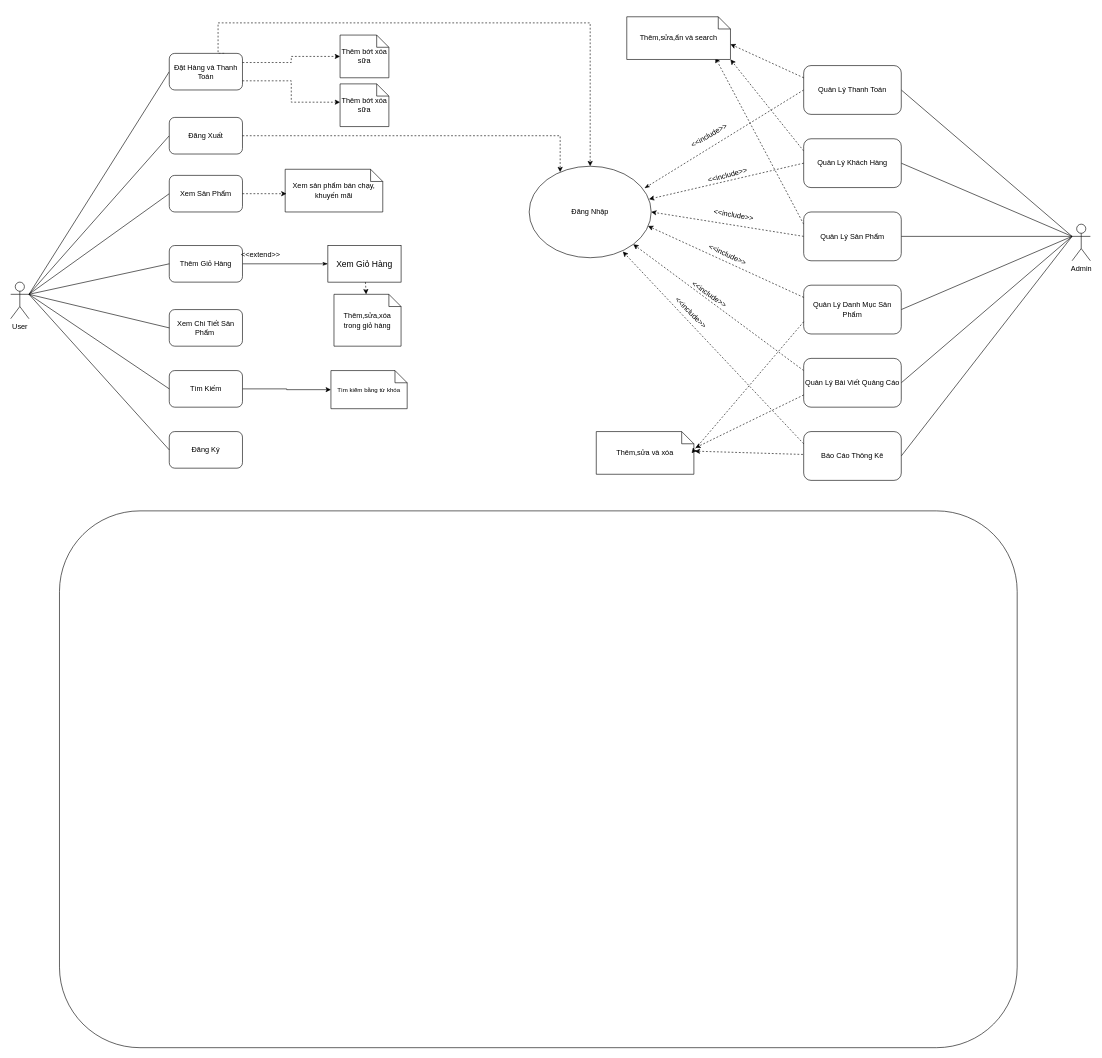
Before: Use case.drawio in Blion00/Blion00, a draw.io diagram. Source tidied: cells renumbered, new cells numbered last; positions are measured from the earlier drawing's top-left corner, leaving out a move shared by most shapes. Both pictures are drawn from the tidied source at 61%, with x=0, y=0 at pixel (10, 16).
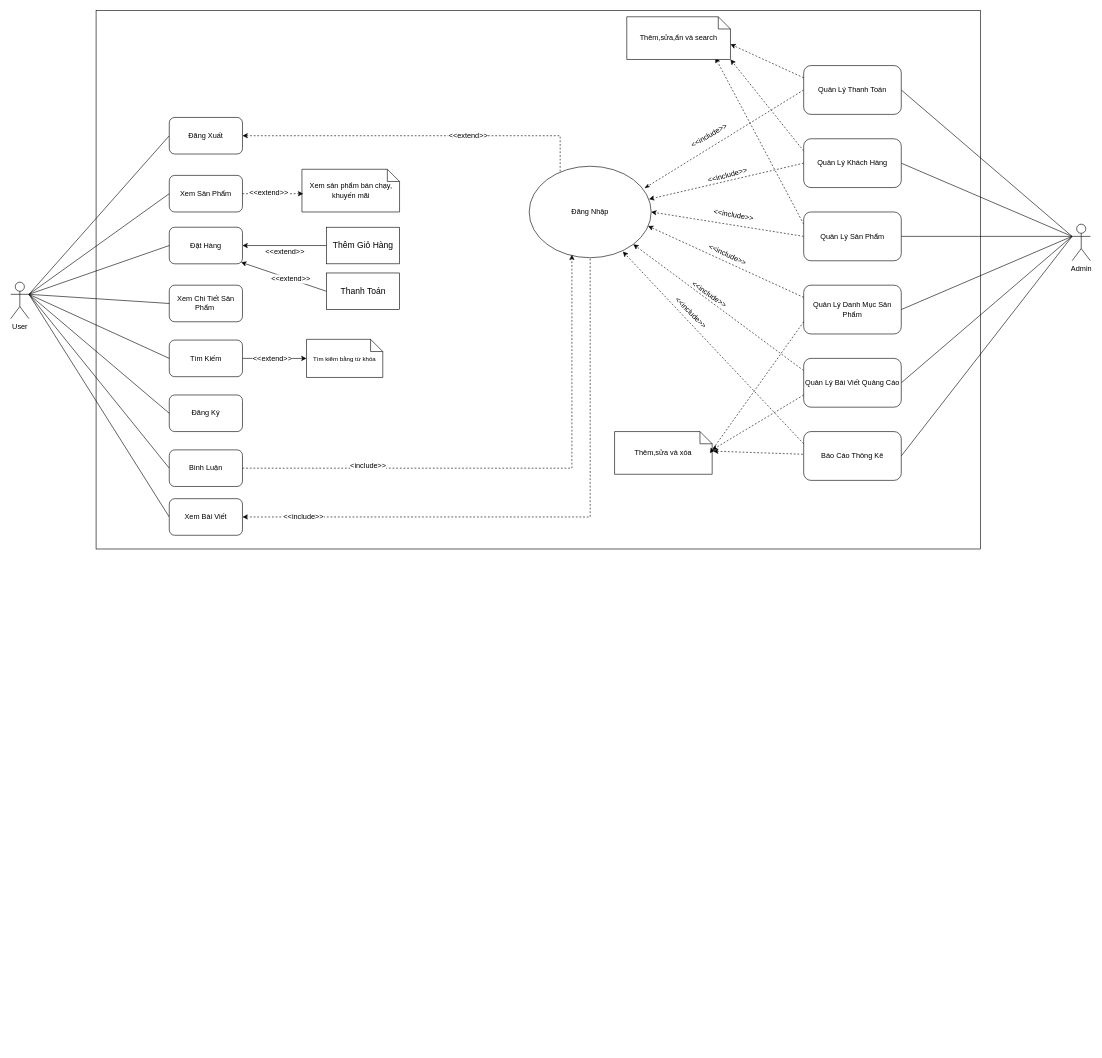
The same page after the edit.

The change refers to these unchanged cells:
```xml
<mxCell id="5" value="User" style="shape=umlActor;verticalLabelPosition=bottom;verticalAlign=top;html=1;outlineConnect=0;" parent="1" vertex="1">
  <mxGeometry y="435" width="30" height="60" as="geometry" />
</mxCell>
<mxCell id="16" style="edgeStyle=orthogonalEdgeStyle;rounded=0;jettySize=auto;html=1;exitX=1;exitY=0.5;exitDx=0;exitDy=0;fontFamily=Helvetica;fontSize=12;fontColor=default;" parent="1" edge="1" source="17" target="65">
  <mxGeometry relative="1" as="geometry" />
</mxCell>
<mxCell id="26" value="Đăng Nhập" style="ellipse;whiteSpace=wrap;html=1;" parent="1" vertex="1">
  <mxGeometry x="850" y="245" width="200" height="150" as="geometry" />
</mxCell>
<mxCell id="36" value="Quản Lý Bài Viết Quảng Cáo" style="rounded=1;whiteSpace=wrap;html=1;" parent="1" vertex="1">
  <mxGeometry x="1300" y="560" width="160" height="80" as="geometry" />
</mxCell>
<mxCell id="61" value="Đăng Xuất" style="rounded=1;whiteSpace=wrap;html=1;glass=0;" parent="1" vertex="1">
  <mxGeometry x="260" y="165" width="120" height="60" as="geometry" />
</mxCell>
<mxCell id="64" style="edgeStyle=orthogonalEdgeStyle;rounded=0;jettySize=auto;html=1;exitX=1;exitY=0.5;exitDx=0;exitDy=0;entryX=0.013;entryY=0.573;entryDx=0;entryDy=0;entryPerimeter=0;fontFamily=Helvetica;fontSize=12;fontColor=default;dashed=1;" parent="1" edge="1" source="62" target="63">
  <mxGeometry relative="1" as="geometry" />
</mxCell>
```

Change to the diagram source:
```diff
@@
-    <mxCell id="2" style="rounded=0;jettySize=auto;html=1;exitX=1;exitY=0.3333333333333333;exitDx=0;exitDy=0;exitPerimeter=0;entryX=0;entryY=0.5;entryDx=0;entryDy=0;endArrow=none;endFill=0;" parent="1" edge="1" source="5" target="56">
-      <mxGeometry relative="1" as="geometry" />
-    </mxCell>
@@
+    <mxCell id="67" style="rounded=0;jettySize=auto;html=1;exitX=1;exitY=0.3333333333333333;exitDx=0;exitDy=0;exitPerimeter=0;fontFamily=Helvetica;fontSize=12;fontColor=default;entryX=0;entryY=0.5;entryDx=0;entryDy=0;endArrow=none;endFill=0;" parent="1" edge="1" source="5" target="73">
+      <mxGeometry relative="1" as="geometry" />
+    </mxCell>
@@
-    <mxCell id="13" style="edgeStyle=orthogonalEdgeStyle;rounded=0;jettySize=auto;html=1;exitX=1;exitY=0.5;exitDx=0;exitDy=0;entryX=0;entryY=0.5;entryDx=0;entryDy=0;endArrow=classicThin;endFill=1;" parent="1" edge="1" source="14" target="19">
+    <mxCell id="13" style="edgeStyle=orthogonalEdgeStyle;rounded=0;jettySize=auto;html=1;exitX=1;exitY=0.5;exitDx=0;exitDy=0;entryX=0;entryY=0.5;entryDx=0;entryDy=0;endArrow=none;endFill=0;startArrow=classic;startFill=1;" parent="1" edge="1" source="14" target="19">
       <mxGeometry relative="1" as="geometry" />
     </mxCell>
+    <mxCell id="68" style="rounded=0;jettySize=auto;html=1;exitX=0.981;exitY=0.957;exitDx=0;exitDy=0;entryX=0;entryY=0.5;entryDx=0;entryDy=0;fontFamily=Helvetica;fontSize=12;fontColor=default;exitPerimeter=0;endArrow=none;endFill=0;startArrow=classic;startFill=1;" parent="1" edge="1" source="14" target="80">
+      <mxGeometry relative="1" as="geometry" />
+    </mxCell>
+    <mxCell id="69" value="&amp;lt;&amp;lt;extend&amp;gt;&amp;gt;" style="edgeLabel;html=1;align=center;verticalAlign=middle;rounded=1;shadow=0;strokeColor=default;fontFamily=Helvetica;fontSize=12;fontColor=default;fillColor=none;" parent="68" vertex="1">
+      <mxGeometry x="0.15" relative="1" as="geometry" />
+    </mxCell>
-    <mxCell id="14" value="Thêm Giỏ Hàng" style="rounded=1;whiteSpace=wrap;html=1;" parent="1" vertex="1">
-      <mxGeometry x="260" y="375" width="120" height="60" as="geometry" />
+    <mxCell id="14" value="Đặt Hàng" style="rounded=1;whiteSpace=wrap;html=1;" parent="1" vertex="1">
+      <mxGeometry x="260" y="345" width="120" height="60" as="geometry" />
     </mxCell>
     <mxCell id="15" value="Xem Chi Tiết Sản Phẩm&amp;nbsp;" style="rounded=1;whiteSpace=wrap;html=1;" parent="1" vertex="1">
-      <mxGeometry x="260" y="480" width="120" height="60" as="geometry" />
+      <mxGeometry x="260" y="440" width="120" height="60" as="geometry" />
     </mxCell>
@@
+    <mxCell id="70" value="&amp;lt;&amp;lt;extend&amp;gt;&amp;gt;" style="edgeLabel;html=1;align=center;verticalAlign=middle;rounded=1;shadow=0;strokeColor=default;fontFamily=Helvetica;fontSize=12;fontColor=default;fillColor=none;" parent="16" vertex="1">
+      <mxGeometry x="-0.08" y="1" relative="1" as="geometry" />
+    </mxCell>
     <mxCell id="17" value="Tìm Kiếm" style="rounded=1;whiteSpace=wrap;html=1;" parent="1" vertex="1">
-      <mxGeometry x="260" y="580" width="120" height="60" as="geometry" />
+      <mxGeometry x="260" y="530" width="120" height="60" as="geometry" />
     </mxCell>
     <mxCell id="18" value="Đăng Ký" style="rounded=1;whiteSpace=wrap;html=1;" parent="1" vertex="1">
-      <mxGeometry x="260" y="680" width="120" height="60" as="geometry" />
+      <mxGeometry x="260" y="620" width="120" height="60" as="geometry" />
     </mxCell>
-    <mxCell id="19" value="&lt;font style=&quot;font-size: 14px;&quot;&gt;Xem Giỏ Hàng&lt;/font&gt;" style="rounded=0;whiteSpace=wrap;html=1;" parent="1" vertex="1">
-      <mxGeometry x="520" y="375" width="120" height="60" as="geometry" />
+    <mxCell id="19" value="&lt;span style=&quot;font-size: 14px;&quot;&gt;Thêm Giỏ Hàng&lt;/span&gt;" style="rounded=0;whiteSpace=wrap;html=1;" parent="1" vertex="1">
+      <mxGeometry x="517.5" y="345" width="120" height="60" as="geometry" />
     </mxCell>
@@
     <mxCell id="24" value="&amp;lt;&amp;lt;extend&amp;gt;&amp;gt;" style="text;html=1;align=center;verticalAlign=middle;whiteSpace=wrap;rounded=0;" parent="1" vertex="1">
-      <mxGeometry x="380" y="375" width="60" height="30" as="geometry" />
+      <mxGeometry x="420" y="370" width="60" height="30" as="geometry" />
     </mxCell>
-    <mxCell id="25" value="Thêm,sửa,xóa trong giỏ hàng" style="shape=note;size=20;whiteSpace=wrap;html=1;" parent="1" vertex="1">
-      <mxGeometry x="530" y="455" width="110" height="85" as="geometry" />
-    </mxCell>
@@
     <mxCell id="39" value="&lt;font style=&quot;font-size: 12px;&quot;&gt;Thêm,sửa và xóa&lt;/font&gt;" style="shape=note;size=20;whiteSpace=wrap;html=1;" parent="1" vertex="1">
-      <mxGeometry x="960" y="680" width="160" height="70" as="geometry" />
+      <mxGeometry x="990" y="680" width="160" height="70" as="geometry" />
     </mxCell>
@@
-    <mxCell id="42" style="rounded=0;jettySize=auto;html=1;exitX=0;exitY=0.75;exitDx=0;exitDy=0;entryX=1.015;entryY=0.38;entryDx=0;entryDy=0;entryPerimeter=0;endArrow=classic;endFill=1;dashed=1;" parent="1" edge="1" source="36" target="39">
-      <mxGeometry relative="1" as="geometry" />
+    <mxCell id="42" style="rounded=0;jettySize=auto;html=1;exitX=0;exitY=0.75;exitDx=0;exitDy=0;endArrow=classic;endFill=1;dashed=1;" parent="1" edge="1" source="36">
+      <mxGeometry relative="1" as="geometry">
+        <mxPoint x="1150" y="710" as="targetPoint" />
+      </mxGeometry>
     </mxCell>
@@
-    <mxCell id="53" style="rounded=0;jettySize=auto;html=1;endArrow=classic;endFill=1;dashed=1;" parent="1" edge="1" source="19" target="25">
-      <mxGeometry relative="1" as="geometry" />
-    </mxCell>
-    <mxCell id="54" style="rounded=1;whiteSpace=wrap;html=1;fillColor=none;shadow=0;" parent="1" vertex="1">
-      <mxGeometry x="80" y="810" width="1570" height="880" as="geometry" />
+    <mxCell id="54" style="rounded=0;whiteSpace=wrap;html=1;fillColor=none;shadow=0;" parent="1" vertex="1">
+      <mxGeometry x="140" y="-10" width="1450" height="882.5" as="geometry" />
     </mxCell>
-    <mxCell id="55" style="edgeStyle=orthogonalEdgeStyle;rounded=0;jettySize=auto;html=1;exitX=0.75;exitY=0;exitDx=0;exitDy=0;entryX=0.5;entryY=0;entryDx=0;entryDy=0;dashed=1;" parent="1" edge="1" source="56" target="26">
-      <mxGeometry relative="1" as="geometry">
-        <Array as="points">
-          <mxPoint x="340" y="60" />
-          <mxPoint x="340" y="10" />
-          <mxPoint x="950" y="10" />
-        </Array>
-      </mxGeometry>
-    </mxCell>
-    <mxCell id="56" value="Đặt Hàng và Thanh Toán" style="rounded=1;whiteSpace=wrap;html=1;glass=0;" parent="1" vertex="1">
-      <mxGeometry x="260" y="60" width="120" height="60" as="geometry" />
-    </mxCell>
-    <mxCell id="57" value="Thêm bớt xóa sữa" style="shape=note;size=20;whiteSpace=wrap;html=1;" parent="1" vertex="1">
-      <mxGeometry x="540" y="30" width="80" height="70" as="geometry" />
-    </mxCell>
-    <mxCell id="58" value="Thêm bớt xóa sữa" style="shape=note;size=20;whiteSpace=wrap;html=1;" parent="1" vertex="1">
-      <mxGeometry x="540" y="110" width="80" height="70" as="geometry" />
-    </mxCell>
-    <mxCell id="59" style="edgeStyle=orthogonalEdgeStyle;rounded=0;jettySize=auto;html=1;exitX=1;exitY=0.25;exitDx=0;exitDy=0;entryX=0;entryY=0.5;entryDx=0;entryDy=0;entryPerimeter=0;dashed=1;" parent="1" edge="1" source="56" target="57">
-      <mxGeometry relative="1" as="geometry" />
-    </mxCell>
-    <mxCell id="60" style="edgeStyle=orthogonalEdgeStyle;rounded=0;jettySize=auto;html=1;exitX=1;exitY=0.75;exitDx=0;exitDy=0;entryX=0;entryY=0.429;entryDx=0;entryDy=0;entryPerimeter=0;dashed=1;" parent="1" edge="1" source="56" target="58">
-      <mxGeometry relative="1" as="geometry" />
-    </mxCell>
@@
     <mxCell id="63" value="Xem sản phẩm bán chạy, khuyến mãi" style="shape=note;size=20;whiteSpace=wrap;html=1;" parent="1" vertex="1">
-      <mxGeometry x="450" y="250" width="160" height="70" as="geometry" />
+      <mxGeometry x="477.5" y="250" width="160" height="70" as="geometry" />
     </mxCell>
@@
+    <mxCell id="71" value="&amp;lt;&amp;lt;extend&amp;gt;&amp;gt;" style="edgeLabel;html=1;align=center;verticalAlign=middle;rounded=1;shadow=0;strokeColor=default;fontFamily=Helvetica;fontSize=12;fontColor=default;fillColor=none;" parent="64" vertex="1">
+      <mxGeometry x="-0.14" y="2" relative="1" as="geometry">
+        <mxPoint x="-1" as="offset" />
+      </mxGeometry>
+    </mxCell>
     <mxCell id="65" value="&lt;font style=&quot;font-size: 10px;&quot;&gt;Tìm kiếm bằng từ khóa&lt;/font&gt;" style="shape=note;size=20;whiteSpace=wrap;html=1;" parent="1" vertex="1">
-      <mxGeometry x="525" y="580" width="125" height="62.5" as="geometry" />
+      <mxGeometry x="485" y="528.8" width="125" height="62.5" as="geometry" />
     </mxCell>
-    <mxCell id="66" style="edgeStyle=orthogonalEdgeStyle;rounded=0;jettySize=auto;html=1;exitX=1;exitY=0.5;exitDx=0;exitDy=0;entryX=0.254;entryY=0.064;entryDx=0;entryDy=0;entryPerimeter=0;fontFamily=Helvetica;fontSize=12;fontColor=default;dashed=1;" parent="1" edge="1" source="61" target="26">
+    <mxCell id="66" style="edgeStyle=orthogonalEdgeStyle;rounded=0;jettySize=auto;html=1;exitX=1;exitY=0.5;exitDx=0;exitDy=0;entryX=0.254;entryY=0.064;entryDx=0;entryDy=0;entryPerimeter=0;fontFamily=Helvetica;fontSize=12;fontColor=default;dashed=1;endArrow=none;endFill=0;startArrow=classic;startFill=1;" parent="1" edge="1" source="61" target="26">
       <mxGeometry relative="1" as="geometry" />
     </mxCell>
+    <mxCell id="72" value="&amp;lt;&amp;lt;extend&amp;gt;&amp;gt;" style="edgeLabel;html=1;align=center;verticalAlign=middle;rounded=1;shadow=0;strokeColor=default;fontFamily=Helvetica;fontSize=12;fontColor=default;fillColor=none;" parent="66" vertex="1">
+      <mxGeometry x="0.27" y="1" relative="1" as="geometry" />
+    </mxCell>
+    <mxCell id="73" value="Bình Luận" style="rounded=1;whiteSpace=wrap;html=1;" parent="1" vertex="1">
+      <mxGeometry x="260" y="710" width="120" height="60" as="geometry" />
+    </mxCell>
+    <mxCell id="74" style="edgeStyle=orthogonalEdgeStyle;rounded=0;jettySize=auto;html=1;exitX=1;exitY=0.5;exitDx=0;exitDy=0;entryX=0.35;entryY=0.967;entryDx=0;entryDy=0;entryPerimeter=0;fontFamily=Helvetica;fontSize=12;fontColor=default;dashed=1;" parent="1" edge="1" source="73" target="26">
+      <mxGeometry relative="1" as="geometry" />
+    </mxCell>
+    <mxCell id="75" value="&amp;lt;include&amp;gt;&amp;gt;" style="edgeLabel;html=1;align=center;verticalAlign=middle;rounded=1;shadow=0;strokeColor=default;fontFamily=Helvetica;fontSize=12;fontColor=default;fillColor=none;" parent="74" vertex="1">
+      <mxGeometry x="-0.54" y="5" relative="1" as="geometry" />
+    </mxCell>
+    <mxCell id="76" style="rounded=0;jettySize=auto;html=1;exitX=0;exitY=0.5;exitDx=0;exitDy=0;fontFamily=Helvetica;fontSize=12;fontColor=default;entryX=1;entryY=0.3333333333333333;entryDx=0;entryDy=0;entryPerimeter=0;endArrow=none;endFill=0;" parent="1" edge="1" source="79" target="5">
+      <mxGeometry relative="1" as="geometry" />
+    </mxCell>
+    <mxCell id="77" style="edgeStyle=orthogonalEdgeStyle;rounded=0;jettySize=auto;html=1;exitX=1;exitY=0.5;exitDx=0;exitDy=0;entryX=0.5;entryY=1;entryDx=0;entryDy=0;fontFamily=Helvetica;fontSize=12;fontColor=default;dashed=1;startArrow=classic;startFill=1;endArrow=none;endFill=0;" parent="1" edge="1" source="79" target="26">
+      <mxGeometry relative="1" as="geometry" />
+    </mxCell>
+    <mxCell id="78" value="&amp;lt;&amp;lt;include&amp;gt;&amp;gt;" style="edgeLabel;html=1;align=center;verticalAlign=middle;rounded=1;shadow=0;strokeColor=default;fontFamily=Helvetica;fontSize=12;fontColor=default;fillColor=none;" parent="77" vertex="1">
+      <mxGeometry x="-0.8" y="1" relative="1" as="geometry" />
+    </mxCell>
+    <mxCell id="79" value="Xem Bài Viết" style="rounded=1;whiteSpace=wrap;html=1;" parent="1" vertex="1">
+      <mxGeometry x="260" y="790" width="120" height="60" as="geometry" />
+    </mxCell>
+    <mxCell id="80" value="&lt;span style=&quot;font-size: 14px;&quot;&gt;Thanh Toán&lt;/span&gt;" style="rounded=0;whiteSpace=wrap;html=1;" parent="1" vertex="1">
+      <mxGeometry x="517.5" y="420" width="120" height="60" as="geometry" />
+    </mxCell>
```
